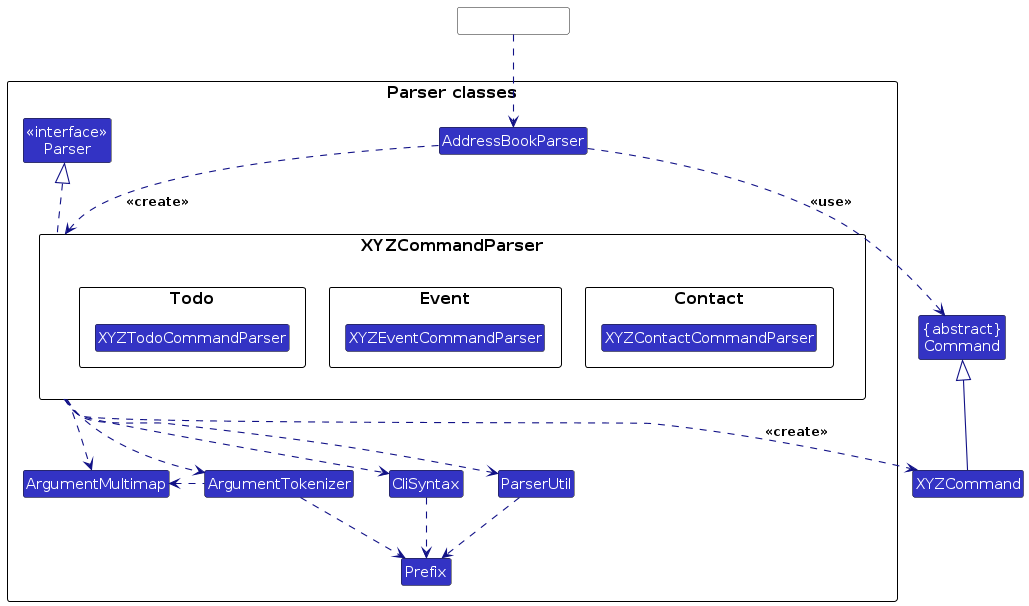
Before: diagrams/ParserClasses.png, a diagram exported from PlantUML (AY2425S2-CS2103-F08-4/tp). Its source is kept beside it as diagrams/ParserClasses.puml.
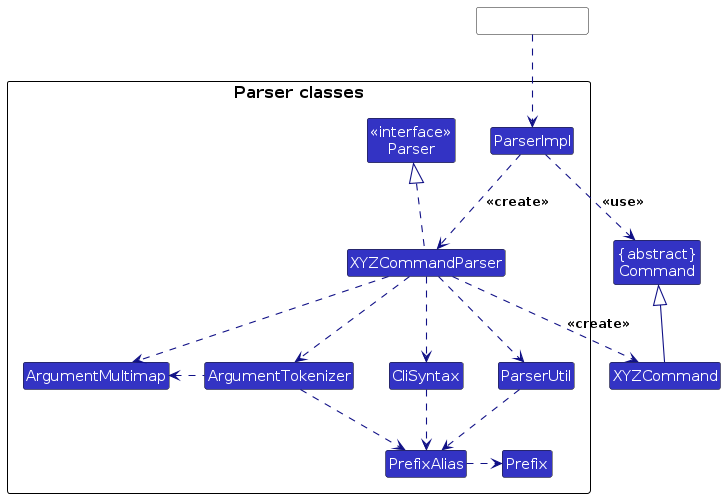
Above is the later version.

The edit, as a diff of the source:
```diff
@@ -1,5 +1,6 @@
 @startuml
 !include style.puml
+allowmixing
 skinparam arrowThickness 1.1
 skinparam arrowColor LOGIC_COLOR_T4
 skinparam classBackgroundColor LOGIC_COLOR
@@ -9,40 +10,32 @@
 
 package "Parser classes"{
 Class "<<interface>>\nParser" as Parser
-Class AddressBookParser
-package XYZCommandParser {
-    package Contact {
-        class XYZContactCommandParser
-    }
-    package Event {
-        class XYZEventCommandParser
-    }
-    package Todo {
-        class XYZTodoCommandParser
-    }
-}
+Class ParserImpl
+Class XYZCommandParser
 Class CliSyntax
 Class ParserUtil
 Class ArgumentMultimap
 Class ArgumentTokenizer
-Class Prefix
+Class PrefixAlias
+class Prefix
 }
 
 Class HiddenOutside #FFFFFF
-HiddenOutside ..> AddressBookParser
+HiddenOutside ..> ParserImpl
 
-AddressBookParser .down.> XYZCommandParser: <<create>>
+ParserImpl .down.> XYZCommandParser: <<create>>
 
 XYZCommandParser ..> XYZCommand : <<create>>
-AddressBookParser ..> Command : <<use>>
+ParserImpl ..> Command : <<use>>
 XYZCommandParser .up.|> Parser
 XYZCommandParser ..> ArgumentMultimap
 XYZCommandParser ..> ArgumentTokenizer
 ArgumentTokenizer .left.> ArgumentMultimap
 XYZCommandParser ..> CliSyntax
-CliSyntax ..> Prefix
+CliSyntax ..> PrefixAlias
 XYZCommandParser ..> ParserUtil
-ParserUtil .down.> Prefix
-ArgumentTokenizer .down.> Prefix
+ParserUtil .down.> PrefixAlias
+ArgumentTokenizer .down.> PrefixAlias
+PrefixAlias -.right.> Prefix
 XYZCommand -up-|> Command
 @enduml
```
